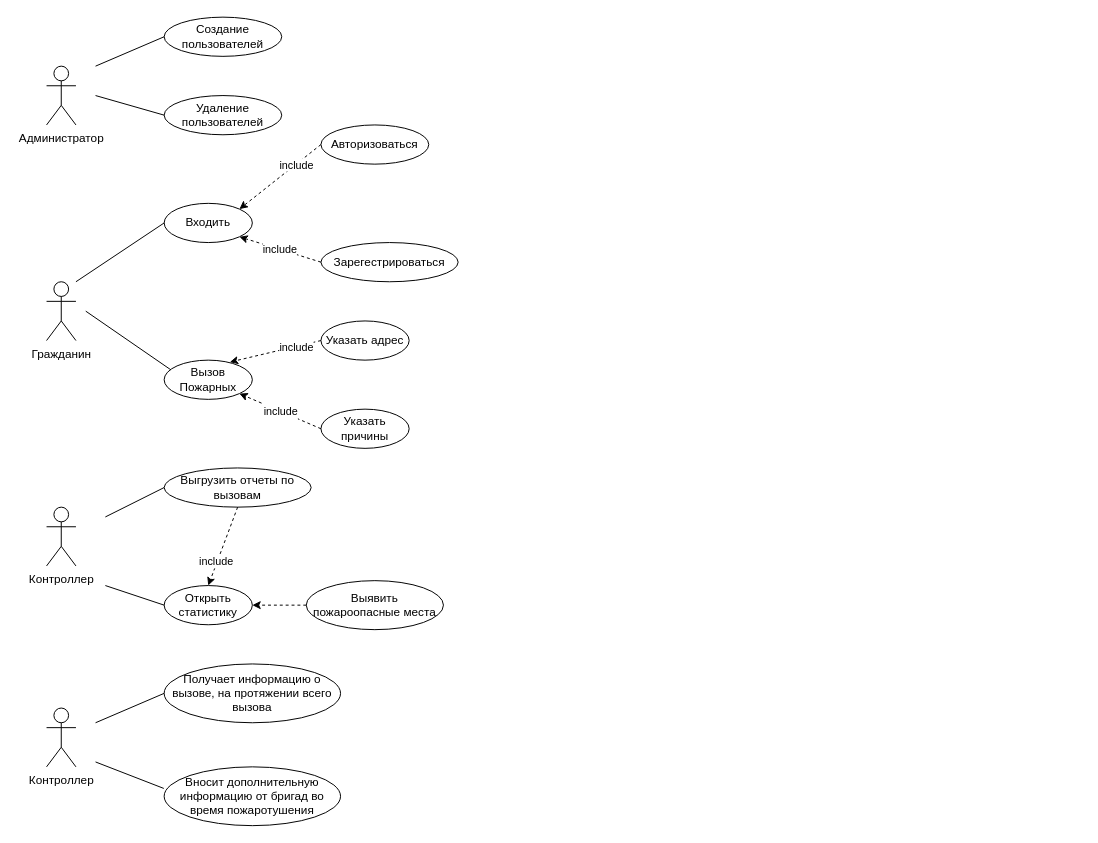
This is Рессурсы/Схемы/Диаграмма возможностей.drawio from BRKot/DiplomGit, a draw.io file, before an edit. Source tidied: cells renumbered, new cells numbered last; positions are measured from the earlier drawing's top-left corner, leaving out a move shared by most shapes. Both pictures are drawn from the tidied source at 98%, with x=0, y=0 at pixel (46, 17).
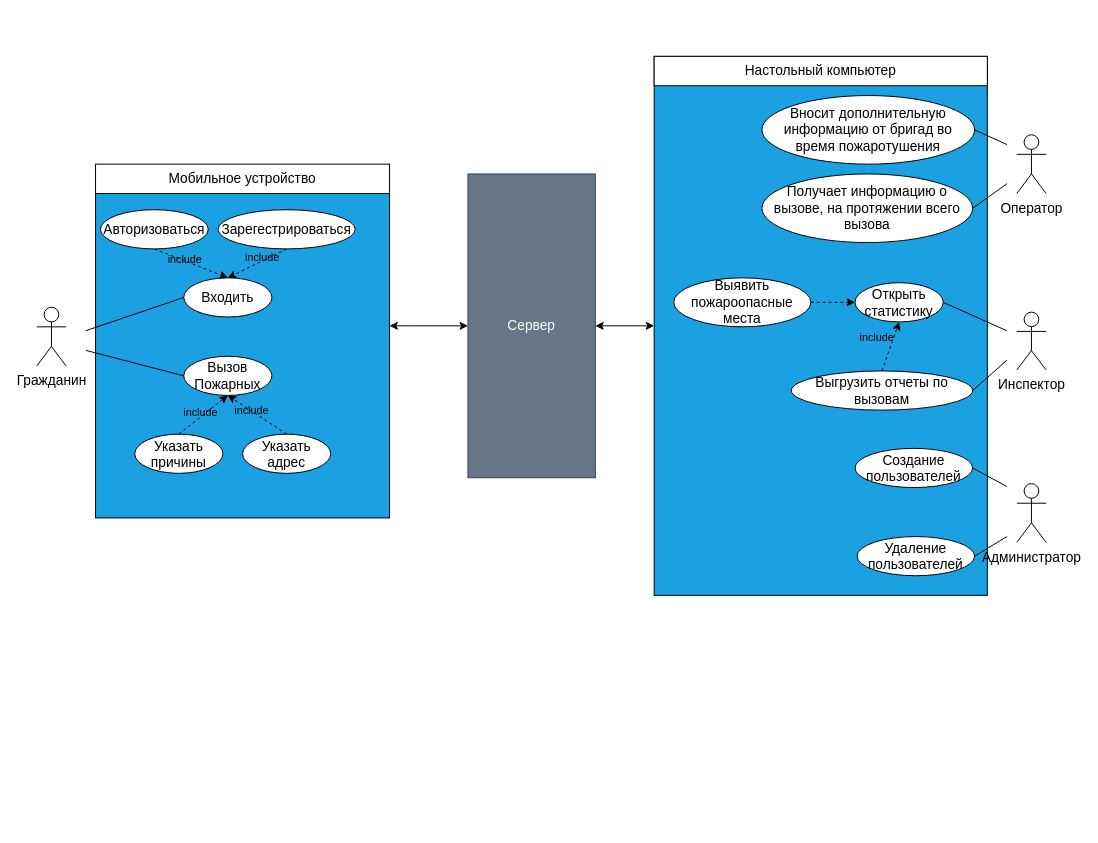
After the change.

Change to the diagram source:
```diff
@@
+    <mxCell id="36" style="edgeStyle=orthogonalEdgeStyle;rounded=0;jettySize=auto;html=1;entryX=0;entryY=0.5;entryDx=0;entryDy=0;startArrow=classic;startFill=1;fontSize=14;" parent="1" edge="1" source="37" target="40">
+      <mxGeometry relative="1" as="geometry">
+        <Array as="points">
+          <mxPoint x="370" y="315" />
+          <mxPoint x="370" y="315" />
+        </Array>
+      </mxGeometry>
+    </mxCell>
+    <mxCell id="37" style="rounded=0;whiteSpace=wrap;html=1;fillColor=#1ba1e2;fontColor=#ffffff;strokeColor=#000000;fontSize=14;" parent="1" vertex="1">
+      <mxGeometry x="50" y="151" width="300" height="360" as="geometry" />
+    </mxCell>
+    <mxCell id="38" style="rounded=0;whiteSpace=wrap;html=1;fillColor=#1ba1e2;fontColor=#ffffff;strokeColor=#000000;fontSize=14;" parent="1" vertex="1">
+      <mxGeometry x="620" y="40" width="340" height="550" as="geometry" />
+    </mxCell>
-    <mxCell id="2" value="Гражданин" style="shape=umlActor;verticalLabelPosition=bottom;verticalAlign=top;html=1;" parent="1" vertex="1">
-      <mxGeometry y="270" width="30" height="60" as="geometry" />
+    <mxCell id="2" value="Гражданин" style="shape=umlActor;verticalLabelPosition=bottom;verticalAlign=top;html=1;fontSize=14;" parent="1" vertex="1">
+      <mxGeometry x="-10" y="296" width="30" height="60" as="geometry" />
     </mxCell>
-    <mxCell id="3" value="Входить" style="ellipse;whiteSpace=wrap;html=1;" parent="1" vertex="1">
-      <mxGeometry x="120" y="190" width="90" height="40" as="geometry" />
+    <mxCell id="3" value="Входить" style="ellipse;whiteSpace=wrap;html=1;fontSize=14;" parent="1" vertex="1">
+      <mxGeometry x="140" y="266" width="90" height="40" as="geometry" />
     </mxCell>
-    <mxCell id="4" value="Вызов Пожарных" style="ellipse;whiteSpace=wrap;html=1;" parent="1" vertex="1">
-      <mxGeometry x="120" y="350" width="90" height="40" as="geometry" />
+    <mxCell id="4" value="Вызов Пожарных" style="ellipse;whiteSpace=wrap;html=1;fontSize=14;" parent="1" vertex="1">
+      <mxGeometry x="140" y="346" width="90" height="40" as="geometry" />
     </mxCell>
-    <mxCell id="5" style="endArrow=none;html=1;rounded=0;entryX=0;entryY=0.5;entryDx=0;entryDy=0;" parent="1" edge="1" target="3">
+    <mxCell id="5" style="endArrow=none;html=1;rounded=0;entryX=0;entryY=0.5;entryDx=0;entryDy=0;fontSize=14;" parent="1" edge="1" target="3">
       <mxGeometry relative="1" as="geometry">
-        <mxPoint x="30" y="270" as="sourcePoint" />
+        <mxPoint x="40" y="320" as="sourcePoint" />
       </mxGeometry>
     </mxCell>
-    <mxCell id="6" style="endArrow=none;html=1;rounded=0;entryX=0.078;entryY=0.25;entryDx=0;entryDy=0;entryPerimeter=0;" parent="1" edge="1" target="4">
+    <mxCell id="6" style="endArrow=none;html=1;rounded=0;entryX=0;entryY=0.5;entryDx=0;entryDy=0;fontSize=14;" parent="1" edge="1" target="4">
       <mxGeometry relative="1" as="geometry">
-        <mxPoint x="40" y="300" as="sourcePoint" />
+        <mxPoint x="40" y="340" as="sourcePoint" />
       </mxGeometry>
     </mxCell>
-    <mxCell id="7" value="Авторизоваться" style="ellipse;whiteSpace=wrap;html=1;" parent="1" vertex="1">
-      <mxGeometry x="280" y="110" width="110" height="40" as="geometry" />
+    <mxCell id="7" value="Авторизоваться" style="ellipse;whiteSpace=wrap;html=1;fontSize=14;" parent="1" vertex="1">
+      <mxGeometry x="55" y="196.5" width="110" height="40" as="geometry" />
     </mxCell>
-    <mxCell id="8" value="Зарегестрироваться" style="ellipse;whiteSpace=wrap;html=1;" parent="1" vertex="1">
-      <mxGeometry x="280" y="230" width="140" height="40" as="geometry" />
+    <mxCell id="8" value="Зарегестрироваться" style="ellipse;whiteSpace=wrap;html=1;fontSize=14;" parent="1" vertex="1">
+      <mxGeometry x="175" y="196.5" width="140" height="40" as="geometry" />
     </mxCell>
-    <mxCell id="9" style="endArrow=classic;html=1;rounded=0;exitX=0;exitY=0.5;exitDx=0;exitDy=0;entryX=1;entryY=0;entryDx=0;entryDy=0;dashed=1;endFill=1;" parent="1" edge="1" source="7" target="3">
+    <mxCell id="9" style="endArrow=classic;html=1;rounded=0;exitX=0.5;exitY=1;exitDx=0;exitDy=0;entryX=0.5;entryY=0;entryDx=0;entryDy=0;dashed=1;endFill=1;fontSize=14;" parent="1" edge="1" source="7" target="3">
       <mxGeometry relative="1" as="geometry" />
     </mxCell>
-    <mxCell id="10" value="include" style="edgeLabel;html=1;align=center;verticalAlign=middle;" parent="9" vertex="1">
-      <mxGeometry x="-0.38" relative="1" as="geometry" />
+    <mxCell id="10" value="include" style="edgeLabel;html=1;align=center;verticalAlign=middle;fontSize=11;labelBackgroundColor=none;" parent="9" vertex="1">
+      <mxGeometry x="-0.38" relative="1" as="geometry">
+        <mxPoint x="7" y="1" as="offset" />
+      </mxGeometry>
     </mxCell>
-    <mxCell id="11" value="include" style="endArrow=classic;html=1;rounded=0;dashed=1;entryX=1;entryY=1;entryDx=0;entryDy=0;exitX=0;exitY=0.5;exitDx=0;exitDy=0;endFill=1;" parent="1" edge="1" source="8" target="3">
-      <mxGeometry relative="1" as="geometry" />
+    <mxCell id="11" value="include" style="endArrow=classic;html=1;rounded=0;dashed=1;entryX=0.5;entryY=0;entryDx=0;entryDy=0;exitX=0.5;exitY=1;exitDx=0;exitDy=0;endFill=1;fontSize=11;labelBackgroundColor=none;" parent="1" edge="1" source="8" target="3">
+      <mxGeometry x="-0.21" y="-3" relative="1" as="geometry" />
     </mxCell>
-    <mxCell id="12" value="Указать адрес" style="ellipse;whiteSpace=wrap;html=1;" parent="1" vertex="1">
-      <mxGeometry x="280" y="310" width="90" height="40" as="geometry" />
+    <mxCell id="12" value="Указать адрес" style="ellipse;whiteSpace=wrap;html=1;fontSize=14;" parent="1" vertex="1">
+      <mxGeometry x="200" y="425.5" width="90" height="40" as="geometry" />
     </mxCell>
-    <mxCell id="13" value="Указать причины" style="ellipse;whiteSpace=wrap;html=1;" parent="1" vertex="1">
-      <mxGeometry x="280" y="400" width="90" height="40" as="geometry" />
+    <mxCell id="13" value="Указать причины" style="ellipse;whiteSpace=wrap;html=1;fontSize=14;" parent="1" vertex="1">
+      <mxGeometry x="90" y="425.5" width="90" height="40" as="geometry" />
     </mxCell>
-    <mxCell id="14" style="endArrow=classic;html=1;rounded=0;dashed=1;exitX=0;exitY=0.5;exitDx=0;exitDy=0;entryX=0.744;entryY=0.05;entryDx=0;entryDy=0;entryPerimeter=0;" parent="1" edge="1" source="12" target="4">
+    <mxCell id="14" style="endArrow=classic;html=1;rounded=0;dashed=1;exitX=0.5;exitY=0;exitDx=0;exitDy=0;entryX=0.5;entryY=1;entryDx=0;entryDy=0;fontSize=14;" parent="1" edge="1" source="12" target="4">
       <mxGeometry relative="1" as="geometry" />
     </mxCell>
-    <mxCell id="15" value="include" style="edgeLabel;html=1;align=center;verticalAlign=middle;" parent="14" vertex="1">
-      <mxGeometry x="-0.46" y="1" relative="1" as="geometry" />
+    <mxCell id="15" value="include" style="edgeLabel;html=1;align=center;verticalAlign=middle;fontSize=11;labelBackgroundColor=none;" parent="14" vertex="1">
+      <mxGeometry x="-0.46" y="1" relative="1" as="geometry">
+        <mxPoint x="-20" y="-15" as="offset" />
+      </mxGeometry>
     </mxCell>
-    <mxCell id="16" value="&#10;&#10;&lt;span style=&quot;color: rgb(0, 0, 0); font-family: helvetica; font-size: 11px; font-style: normal; font-weight: 400; letter-spacing: normal; text-align: center; text-indent: 0px; text-transform: none; word-spacing: 0px; background-color: rgb(255, 255, 255); display: inline; float: none;&quot;&gt;include&lt;/span&gt;&#10;&#10;" style="endArrow=classic;html=1;rounded=0;dashed=1;exitX=0;exitY=0.5;exitDx=0;exitDy=0;entryX=1;entryY=1;entryDx=0;entryDy=0;" parent="1" edge="1" source="13" target="4">
-      <mxGeometry relative="1" as="geometry" />
+    <mxCell id="16" value="&lt;span style=&quot;color: rgb(0, 0, 0); font-family: helvetica; font-size: 11px; font-style: normal; font-weight: 400; letter-spacing: normal; text-align: center; text-indent: 0px; text-transform: none; word-spacing: 0px; display: inline; float: none;&quot;&gt;include&lt;/span&gt;" style="endArrow=classic;html=1;rounded=0;dashed=1;exitX=0.5;exitY=0;exitDx=0;exitDy=0;entryX=0.5;entryY=1;entryDx=0;entryDy=0;fontSize=11;labelBackgroundColor=none;" parent="1" edge="1" source="13" target="4">
+      <mxGeometry x="-0.04" y="4" relative="1" as="geometry" />
     </mxCell>
-    <mxCell id="17" value="Администратор&lt;br&gt;" style="shape=umlActor;verticalLabelPosition=bottom;verticalAlign=top;html=1;" parent="1" vertex="1">
-      <mxGeometry y="50" width="30" height="60" as="geometry" />
+    <mxCell id="17" value="Администратор&lt;br style=&quot;font-size: 14px;&quot;&gt;" style="shape=umlActor;verticalLabelPosition=bottom;verticalAlign=top;html=1;fontSize=14;" parent="1" vertex="1">
+      <mxGeometry x="990" y="476" width="30" height="60" as="geometry" />
     </mxCell>
-    <mxCell id="18" value="Создание пользователей" style="ellipse;whiteSpace=wrap;html=1;" parent="1" vertex="1">
-      <mxGeometry x="120" width="120" height="40" as="geometry" />
+    <mxCell id="18" value="Создание пользователей" style="ellipse;whiteSpace=wrap;html=1;fontSize=14;" parent="1" vertex="1">
+      <mxGeometry x="825" y="440" width="120" height="40" as="geometry" />
     </mxCell>
-    <mxCell id="19" value="Удаление пользователей" style="ellipse;whiteSpace=wrap;html=1;" parent="1" vertex="1">
-      <mxGeometry x="120" y="80" width="120" height="40" as="geometry" />
+    <mxCell id="19" value="Удаление пользователей" style="ellipse;whiteSpace=wrap;html=1;fontSize=14;" parent="1" vertex="1">
+      <mxGeometry x="827" y="530" width="120" height="40" as="geometry" />
     </mxCell>
-    <mxCell id="20" style="endArrow=none;html=1;rounded=0;entryX=0;entryY=0.5;entryDx=0;entryDy=0;" parent="1" edge="1" target="18">
+    <mxCell id="20" style="endArrow=none;html=1;rounded=0;entryX=1;entryY=0.5;entryDx=0;entryDy=0;fontSize=14;" parent="1" edge="1" target="18">
       <mxGeometry relative="1" as="geometry">
-        <mxPoint x="50" y="50" as="sourcePoint" />
+        <mxPoint x="980" y="479" as="sourcePoint" />
       </mxGeometry>
     </mxCell>
-    <mxCell id="21" style="endArrow=none;html=1;rounded=0;entryX=0;entryY=0.5;entryDx=0;entryDy=0;" parent="1" edge="1" target="19">
+    <mxCell id="21" style="endArrow=none;html=1;rounded=0;entryX=1;entryY=0.5;entryDx=0;entryDy=0;fontSize=14;" parent="1" edge="1" target="19">
       <mxGeometry relative="1" as="geometry">
-        <mxPoint x="50" y="80" as="sourcePoint" />
+        <mxPoint x="980" y="530" as="sourcePoint" />
       </mxGeometry>
     </mxCell>
-    <mxCell id="22" value="Контроллер&lt;br&gt;" style="shape=umlActor;verticalLabelPosition=bottom;verticalAlign=top;html=1;" parent="1" vertex="1">
-      <mxGeometry y="500" width="30" height="60" as="geometry" />
+    <mxCell id="22" value="Инспектор" style="shape=umlActor;verticalLabelPosition=bottom;verticalAlign=top;html=1;fontSize=14;" parent="1" vertex="1">
+      <mxGeometry x="990" y="301" width="30" height="59" as="geometry" />
     </mxCell>
-    <mxCell id="23" value="Выгрузить отчеты&amp;nbsp;по вызовам" style="ellipse;whiteSpace=wrap;html=1;" parent="1" vertex="1">
-      <mxGeometry x="120" y="460" width="150" height="40" as="geometry" />
+    <mxCell id="23" value="Выгрузить отчеты&amp;nbsp;по вызовам" style="ellipse;whiteSpace=wrap;html=1;fontSize=14;" parent="1" vertex="1">
+      <mxGeometry x="760" y="361" width="185" height="40" as="geometry" />
     </mxCell>
-    <mxCell id="24" value="Открыть статистику" style="ellipse;whiteSpace=wrap;html=1;" parent="1" vertex="1">
-      <mxGeometry x="120" y="580" width="90" height="40" as="geometry" />
+    <mxCell id="24" value="Открыть статистику" style="ellipse;whiteSpace=wrap;html=1;fontSize=14;" parent="1" vertex="1">
+      <mxGeometry x="825" y="271" width="90" height="40" as="geometry" />
     </mxCell>
-    <mxCell id="25" style="endArrow=none;html=1;rounded=0;entryX=0;entryY=0.5;entryDx=0;entryDy=0;" parent="1" edge="1" target="23">
+    <mxCell id="25" style="endArrow=none;html=1;rounded=0;entryX=1;entryY=0.5;entryDx=0;entryDy=0;fontSize=14;" parent="1" edge="1" target="23">
       <mxGeometry relative="1" as="geometry">
-        <mxPoint x="60" y="510" as="sourcePoint" />
+        <mxPoint x="980" y="350" as="sourcePoint" />
       </mxGeometry>
     </mxCell>
-    <mxCell id="26" style="endArrow=none;html=1;rounded=0;entryX=0;entryY=0.5;entryDx=0;entryDy=0;" parent="1" edge="1" target="24">
+    <mxCell id="26" style="endArrow=none;html=1;rounded=0;entryX=1;entryY=0.5;entryDx=0;entryDy=0;fontSize=14;" parent="1" edge="1" target="24">
       <mxGeometry relative="1" as="geometry">
-        <mxPoint x="60" y="580" as="sourcePoint" />
+        <mxPoint x="980" y="320" as="sourcePoint" />
       </mxGeometry>
     </mxCell>
-    <mxCell id="27" style="endArrow=classic;html=1;rounded=0;exitX=0.5;exitY=1;exitDx=0;exitDy=0;dashed=1;entryX=0.5;entryY=0;entryDx=0;entryDy=0;" parent="1" edge="1" source="23" target="24">
+    <mxCell id="27" style="endArrow=classic;html=1;rounded=0;dashed=1;entryX=0.5;entryY=1;entryDx=0;entryDy=0;exitX=0.5;exitY=0;exitDx=0;exitDy=0;fontSize=14;" parent="1" edge="1" source="23" target="24">
       <mxGeometry relative="1" as="geometry" />
     </mxCell>
-    <mxCell id="28" value="include" style="edgeLabel;html=1;align=center;verticalAlign=middle;" parent="27" vertex="1">
-      <mxGeometry x="0.41" y="-1" relative="1" as="geometry" />
+    <mxCell id="28" value="include" style="edgeLabel;html=1;align=center;verticalAlign=middle;fontSize=11;labelBackgroundColor=none;" parent="27" vertex="1">
+      <mxGeometry x="0.41" y="-1" relative="1" as="geometry">
+        <mxPoint x="-19" as="offset" />
+      </mxGeometry>
     </mxCell>
-    <mxCell id="29" value="Выявить пожароопасные места" style="ellipse;whiteSpace=wrap;html=1;" parent="1" vertex="1">
-      <mxGeometry x="265" y="575" width="140" height="50" as="geometry" />
+    <mxCell id="29" value="Выявить пожароопасные места" style="ellipse;whiteSpace=wrap;html=1;fontSize=14;" parent="1" vertex="1">
+      <mxGeometry x="640" y="266" width="140" height="50" as="geometry" />
     </mxCell>
-    <mxCell id="30" style="endArrow=classic;html=1;rounded=0;exitX=0;exitY=0.5;exitDx=0;exitDy=0;dashed=1;entryX=1;entryY=0.5;entryDx=0;entryDy=0;" parent="1" edge="1" source="29" target="24">
+    <mxCell id="30" style="endArrow=classic;html=1;rounded=0;exitX=1;exitY=0.5;exitDx=0;exitDy=0;dashed=1;entryX=0;entryY=0.5;entryDx=0;entryDy=0;fontSize=14;" parent="1" edge="1" source="29" target="24">
       <mxGeometry relative="1" as="geometry" />
     </mxCell>
-    <mxCell id="31" value="Контроллер&lt;br&gt;" style="shape=umlActor;verticalLabelPosition=bottom;verticalAlign=top;html=1;" parent="1" vertex="1">
-      <mxGeometry y="705" width="30" height="60" as="geometry" />
+    <mxCell id="31" value="Оператор" style="shape=umlActor;verticalLabelPosition=bottom;verticalAlign=top;html=1;fontSize=14;" parent="1" vertex="1">
+      <mxGeometry x="990" y="120" width="30" height="60" as="geometry" />
     </mxCell>
-    <mxCell id="32" value="Получает информацию о вызове, на протяжении всего вызова" style="ellipse;whiteSpace=wrap;html=1;" parent="1" vertex="1">
-      <mxGeometry x="120" y="660" width="180" height="60" as="geometry" />
+    <mxCell id="32" value="Получает информацию о вызове, на протяжении всего вызова" style="ellipse;whiteSpace=wrap;html=1;fontSize=14;" parent="1" vertex="1">
+      <mxGeometry x="730" y="160" width="215" height="70" as="geometry" />
     </mxCell>
-    <mxCell id="33" value="Вносит дополнительную информацию от бригад во время пожаротушения" style="ellipse;whiteSpace=wrap;html=1;" parent="1" vertex="1">
-      <mxGeometry x="120" y="765" width="180" height="60" as="geometry" />
+    <mxCell id="33" value="Вносит дополнительную информацию от бригад во время пожаротушения" style="ellipse;whiteSpace=wrap;html=1;fontSize=14;" parent="1" vertex="1">
+      <mxGeometry x="730" y="80" width="217" height="70" as="geometry" />
     </mxCell>
-    <mxCell id="34" style="endArrow=none;html=1;rounded=0;entryX=0;entryY=0.5;entryDx=0;entryDy=0;" parent="1" edge="1" target="32">
+    <mxCell id="34" style="endArrow=none;html=1;rounded=0;entryX=1;entryY=0.5;entryDx=0;entryDy=0;fontSize=14;" parent="1" edge="1" target="32">
       <mxGeometry relative="1" as="geometry">
-        <mxPoint x="50" y="720" as="sourcePoint" />
+        <mxPoint x="980" y="170" as="sourcePoint" />
       </mxGeometry>
     </mxCell>
-    <mxCell id="35" style="endArrow=none;html=1;rounded=0;entryX=-0.002;entryY=0.367;entryDx=0;entryDy=0;entryPerimeter=0;" parent="1" edge="1" target="33">
+    <mxCell id="35" style="endArrow=none;html=1;rounded=0;entryX=1;entryY=0.5;entryDx=0;entryDy=0;fontSize=14;" parent="1" edge="1" target="33">
       <mxGeometry relative="1" as="geometry">
-        <mxPoint x="50" y="760" as="sourcePoint" />
+        <mxPoint x="980" y="130" as="sourcePoint" />
       </mxGeometry>
     </mxCell>
+    <mxCell id="39" style="edgeStyle=orthogonalEdgeStyle;rounded=0;jettySize=auto;html=1;entryX=0;entryY=0.5;entryDx=0;entryDy=0;startArrow=classic;startFill=1;fontSize=14;" parent="1" edge="1" source="40" target="38">
+      <mxGeometry relative="1" as="geometry" />
+    </mxCell>
+    <mxCell id="40" value="Сервер" style="rounded=0;whiteSpace=wrap;html=1;fillColor=#647687;fontColor=#ffffff;strokeColor=#314354;fontSize=14;" parent="1" vertex="1">
+      <mxGeometry x="430" y="160" width="130" height="310" as="geometry" />
+    </mxCell>
+    <mxCell id="41" value="Мобильное устройство" style="text;html=1;align=center;verticalAlign=middle;whiteSpace=wrap;rounded=0;fillColor=default;strokeColor=default;fontSize=14;" parent="1" vertex="1">
+      <mxGeometry x="50" y="150" width="300" height="30" as="geometry" />
+    </mxCell>
+    <mxCell id="42" value="Настольный компьютер" style="text;html=1;align=center;verticalAlign=middle;whiteSpace=wrap;rounded=0;fillColor=default;strokeColor=default;fontSize=14;" parent="1" vertex="1">
+      <mxGeometry x="620" y="40" width="340" height="30" as="geometry" />
+    </mxCell>
```
